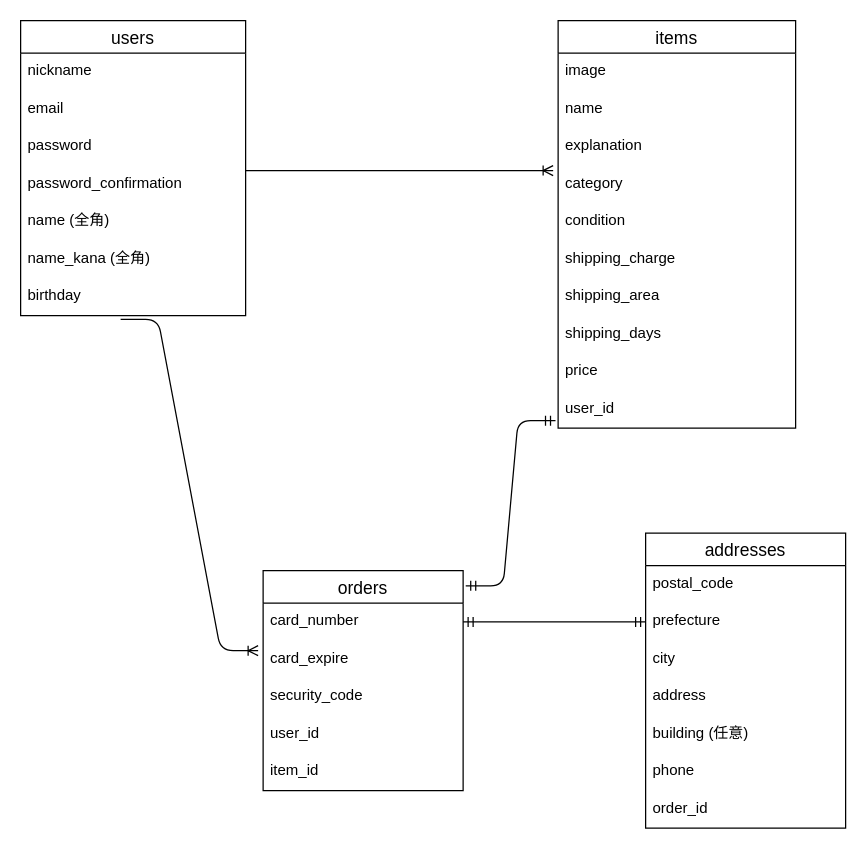
Earlier version of the draw.io diagram test.dio (ricky0906/furima-30954). Source tidied: cells renumbered, new cells numbered last; positions are measured from the earlier drawing's top-left corner, leaving out a move shared by most shapes. Both pictures are drawn from the tidied source at 125%, with x=0, y=0 at pixel (20, 20).
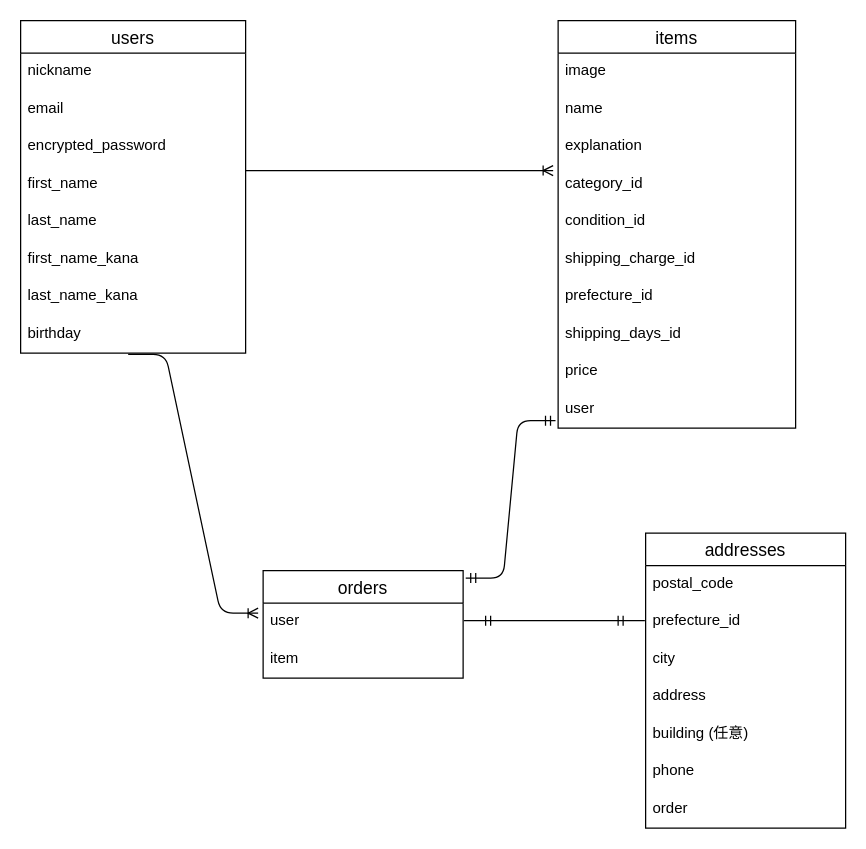
Above is the later version.

The change refers to these unchanged cells:
```xml
<mxCell id="10" value="items" style="swimlane;fontStyle=0;horizontal=1;startSize=26;align=center;fontSize=14;" parent="1" vertex="1">
  <mxGeometry x="430" width="190" height="326" as="geometry" />
</mxCell>
<mxCell id="27" value="addresses" style="swimlane;fontStyle=0;horizontal=1;startSize=26;align=center;fontSize=14;" parent="1" vertex="1">
  <mxGeometry x="500" y="410" width="160" height="236" as="geometry" />
</mxCell>
```

What changed in the source:
```diff
@@
     <mxCell id="2" value="users" style="swimlane;fontStyle=0;horizontal=1;startSize=26;align=center;fontSize=14;" parent="1" vertex="1">
-      <mxGeometry width="180" height="236" as="geometry" />
+      <mxGeometry width="180" height="266" as="geometry" />
     </mxCell>
@@
-    <mxCell id="5" value="password&#10;" style="text;strokeColor=none;fillColor=none;spacingLeft=4;spacingRight=4;overflow=hidden;fontSize=12;" parent="2" vertex="1">
+    <mxCell id="5" value="encrypted_password&#10;" style="text;strokeColor=none;fillColor=none;spacingLeft=4;spacingRight=4;overflow=hidden;fontSize=12;" parent="2" vertex="1">
       <mxGeometry y="86" width="180" height="30" as="geometry" />
     </mxCell>
+    <mxCell id="39" value="first_name" style="text;strokeColor=none;fillColor=none;spacingLeft=4;spacingRight=4;overflow=hidden;fontSize=12;" parent="2" vertex="1">
+      <mxGeometry y="116" width="180" height="30" as="geometry" />
+    </mxCell>
-    <mxCell id="6" value="password_confirmation" style="text;strokeColor=none;fillColor=none;spacingLeft=4;spacingRight=4;overflow=hidden;fontSize=12;" parent="2" vertex="1">
-      <mxGeometry y="116" width="180" height="30" as="geometry" />
+    <mxCell id="6" value="last_name" style="text;strokeColor=none;fillColor=none;spacingLeft=4;spacingRight=4;overflow=hidden;fontSize=12;" parent="2" vertex="1">
+      <mxGeometry y="146" width="180" height="30" as="geometry" />
     </mxCell>
-    <mxCell id="7" value="name (全角)" style="text;strokeColor=none;fillColor=none;spacingLeft=4;spacingRight=4;overflow=hidden;fontSize=12;" parent="2" vertex="1">
-      <mxGeometry y="146" width="180" height="30" as="geometry" />
+    <mxCell id="7" value="first_name_kana " style="text;strokeColor=none;fillColor=none;spacingLeft=4;spacingRight=4;overflow=hidden;fontSize=12;" parent="2" vertex="1">
+      <mxGeometry y="176" width="180" height="30" as="geometry" />
     </mxCell>
-    <mxCell id="8" value="name_kana (全角)" style="text;strokeColor=none;fillColor=none;spacingLeft=4;spacingRight=4;overflow=hidden;fontSize=12;" parent="2" vertex="1">
-      <mxGeometry y="176" width="180" height="30" as="geometry" />
+    <mxCell id="8" value="last_name_kana" style="text;strokeColor=none;fillColor=none;spacingLeft=4;spacingRight=4;overflow=hidden;fontSize=12;" parent="2" vertex="1">
+      <mxGeometry y="206" width="180" height="30" as="geometry" />
     </mxCell>
     <mxCell id="9" value="birthday" style="text;strokeColor=none;fillColor=none;spacingLeft=4;spacingRight=4;overflow=hidden;points=[[0,0.5],[1,0.5]];portConstraint=eastwest;fontSize=12;" parent="2" vertex="1">
-      <mxGeometry y="206" width="180" height="30" as="geometry" />
+      <mxGeometry y="236" width="180" height="30" as="geometry" />
     </mxCell>
@@
-    <mxCell id="14" value="category" style="text;strokeColor=none;fillColor=none;spacingLeft=4;spacingRight=4;overflow=hidden;points=[[0,0.5],[1,0.5]];portConstraint=eastwest;fontSize=12;" parent="10" vertex="1">
+    <mxCell id="14" value="category_id" style="text;strokeColor=none;fillColor=none;spacingLeft=4;spacingRight=4;overflow=hidden;points=[[0,0.5],[1,0.5]];portConstraint=eastwest;fontSize=12;" parent="10" vertex="1">
       <mxGeometry y="116" width="190" height="30" as="geometry" />
     </mxCell>
-    <mxCell id="15" value="condition" style="text;strokeColor=none;fillColor=none;spacingLeft=4;spacingRight=4;overflow=hidden;fontSize=12;" parent="10" vertex="1">
+    <mxCell id="15" value="condition_id" style="text;strokeColor=none;fillColor=none;spacingLeft=4;spacingRight=4;overflow=hidden;fontSize=12;" parent="10" vertex="1">
       <mxGeometry y="146" width="190" height="30" as="geometry" />
     </mxCell>
-    <mxCell id="16" value="shipping_charge" style="text;strokeColor=none;fillColor=none;spacingLeft=4;spacingRight=4;overflow=hidden;fontSize=12;" parent="10" vertex="1">
+    <mxCell id="16" value="shipping_charge_id" style="text;strokeColor=none;fillColor=none;spacingLeft=4;spacingRight=4;overflow=hidden;fontSize=12;" parent="10" vertex="1">
       <mxGeometry y="176" width="190" height="30" as="geometry" />
     </mxCell>
-    <mxCell id="17" value="shipping_area" style="text;strokeColor=none;fillColor=none;spacingLeft=4;spacingRight=4;overflow=hidden;fontSize=12;" parent="10" vertex="1">
-      <mxGeometry y="206" width="190" height="30" as="geometry" />
-    </mxCell>
+    <mxCell id="40" value="prefecture_id" style="text;strokeColor=none;fillColor=none;spacingLeft=4;spacingRight=4;overflow=hidden;fontSize=12;" parent="10" vertex="1">
+      <mxGeometry y="206" width="190" height="30" as="geometry" />
+    </mxCell>
-    <mxCell id="18" value="shipping_days" style="text;strokeColor=none;fillColor=none;spacingLeft=4;spacingRight=4;overflow=hidden;fontSize=12;" parent="10" vertex="1">
+    <mxCell id="18" value="shipping_days_id" style="text;strokeColor=none;fillColor=none;spacingLeft=4;spacingRight=4;overflow=hidden;fontSize=12;" parent="10" vertex="1">
       <mxGeometry y="236" width="190" height="30" as="geometry" />
     </mxCell>
@@
-    <mxCell id="20" value="user_id" style="text;strokeColor=none;fillColor=none;spacingLeft=4;spacingRight=4;overflow=hidden;points=[[0,0.5],[1,0.5]];portConstraint=eastwest;fontSize=12;" parent="10" vertex="1">
+    <mxCell id="20" value="user" style="text;strokeColor=none;fillColor=none;spacingLeft=4;spacingRight=4;overflow=hidden;points=[[0,0.5],[1,0.5]];portConstraint=eastwest;fontSize=12;" parent="10" vertex="1">
       <mxGeometry y="296" width="190" height="30" as="geometry" />
     </mxCell>
     <mxCell id="21" value="orders" style="swimlane;fontStyle=0;horizontal=1;startSize=26;align=center;fontSize=14;" parent="1" vertex="1">
-      <mxGeometry x="194" y="440" width="160" height="176" as="geometry" />
+      <mxGeometry x="194" y="440" width="160" height="86" as="geometry" />
     </mxCell>
-    <mxCell id="22" value="card_number" style="text;strokeColor=none;fillColor=none;spacingLeft=4;spacingRight=4;overflow=hidden;points=[[0,0.5],[1,0.5]];portConstraint=eastwest;fontSize=12;" parent="21" vertex="1">
-      <mxGeometry y="26" width="160" height="30" as="geometry" />
-    </mxCell>
-    <mxCell id="23" value="card_expire" style="text;strokeColor=none;fillColor=none;spacingLeft=4;spacingRight=4;overflow=hidden;points=[[0,0.5],[1,0.5]];portConstraint=eastwest;fontSize=12;" parent="21" vertex="1">
-      <mxGeometry y="56" width="160" height="30" as="geometry" />
-    </mxCell>
-    <mxCell id="24" value="security_code" style="text;strokeColor=none;fillColor=none;spacingLeft=4;spacingRight=4;overflow=hidden;fontSize=12;" parent="21" vertex="1">
-      <mxGeometry y="86" width="160" height="30" as="geometry" />
-    </mxCell>
-    <mxCell id="25" value="user_id" style="text;strokeColor=none;fillColor=none;spacingLeft=4;spacingRight=4;overflow=hidden;fontSize=12;" parent="21" vertex="1">
-      <mxGeometry y="116" width="160" height="30" as="geometry" />
+    <mxCell id="25" value="user" style="text;strokeColor=none;fillColor=none;spacingLeft=4;spacingRight=4;overflow=hidden;fontSize=12;" parent="21" vertex="1">
+      <mxGeometry y="26" width="160" height="30" as="geometry" />
     </mxCell>
-    <mxCell id="26" value="item_id" style="text;strokeColor=none;fillColor=none;spacingLeft=4;spacingRight=4;overflow=hidden;fontSize=12;" parent="21" vertex="1">
-      <mxGeometry y="146" width="160" height="30" as="geometry" />
+    <mxCell id="26" value="item" style="text;strokeColor=none;fillColor=none;spacingLeft=4;spacingRight=4;overflow=hidden;fontSize=12;" parent="21" vertex="1">
+      <mxGeometry y="56" width="160" height="30" as="geometry" />
     </mxCell>
@@
-    <mxCell id="29" value="prefecture" style="text;strokeColor=none;fillColor=none;spacingLeft=4;spacingRight=4;overflow=hidden;points=[[0,0.5],[1,0.5]];portConstraint=eastwest;fontSize=12;" parent="27" vertex="1">
+    <mxCell id="29" value="prefecture_id" style="text;strokeColor=none;fillColor=none;spacingLeft=4;spacingRight=4;overflow=hidden;points=[[0,0.5],[1,0.5]];portConstraint=eastwest;fontSize=12;" parent="27" vertex="1">
       <mxGeometry y="56" width="160" height="30" as="geometry" />
     </mxCell>
@@
-    <mxCell id="34" value="order_id" style="text;strokeColor=none;fillColor=none;spacingLeft=4;spacingRight=4;overflow=hidden;fontSize=12;" parent="27" vertex="1">
+    <mxCell id="34" value="order&#10;&#10;" style="text;strokeColor=none;fillColor=none;spacingLeft=4;spacingRight=4;overflow=hidden;fontSize=12;" parent="27" vertex="1">
       <mxGeometry y="206" width="160" height="30" as="geometry" />
     </mxCell>
@@
-    <mxCell id="36" style="edgeStyle=entityRelationEdgeStyle;fontSize=12;html=1;endArrow=ERoneToMany;entryX=-0.025;entryY=0.267;entryDx=0;entryDy=0;entryPerimeter=0;" parent="1" edge="1" target="23">
+    <mxCell id="36" style="edgeStyle=entityRelationEdgeStyle;fontSize=12;html=1;endArrow=ERoneToMany;exitX=0.478;exitY=1.033;exitDx=0;exitDy=0;exitPerimeter=0;" parent="1" edge="1" source="9">
       <mxGeometry relative="1" as="geometry">
-        <mxPoint x="80" y="239" as="sourcePoint" />
+        <mxPoint x="190" y="474" as="targetPoint" />
       </mxGeometry>
     </mxCell>
-    <mxCell id="37" style="edgeStyle=entityRelationEdgeStyle;fontSize=12;html=1;endArrow=ERmandOne;startArrow=ERmandOne;entryX=1;entryY=0.5;entryDx=0;entryDy=0;exitX=0;exitY=0.5;exitDx=0;exitDy=0;" parent="1" edge="1" source="29" target="22">
-      <mxGeometry relative="1" as="geometry" />
+    <mxCell id="37" style="edgeStyle=entityRelationEdgeStyle;fontSize=12;html=1;endArrow=ERmandOne;startArrow=ERmandOne;" parent="1" edge="1">
+      <mxGeometry relative="1" as="geometry">
+        <mxPoint x="474" y="480" as="sourcePoint" />
+        <mxPoint x="380" y="480" as="targetPoint" />
+      </mxGeometry>
     </mxCell>
```
